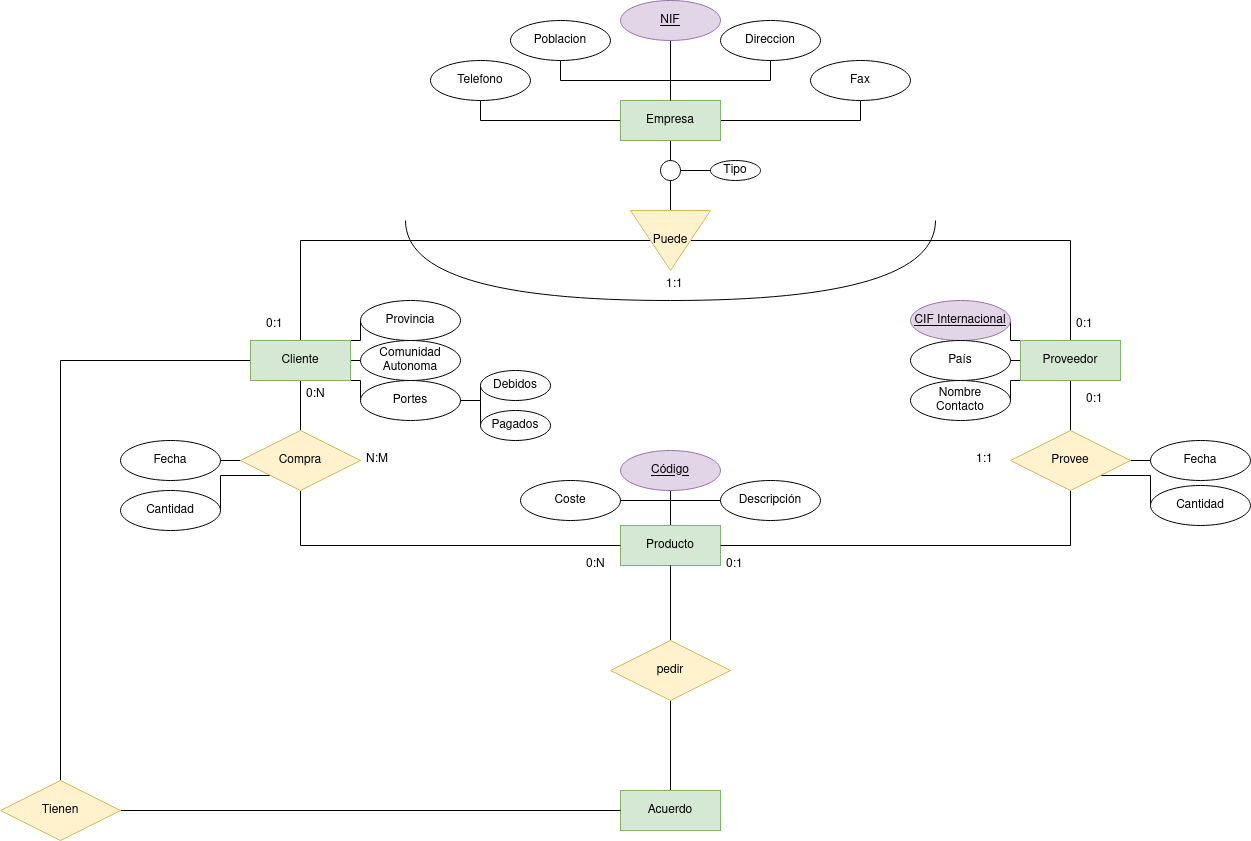
The draw.io diagram Unidad-1/Tareas/Tarea-evaluable4/tarea4.drawio.png in jdrguez/2-Daw, before a commit. Source tidied: cells renumbered, new cells last; positions are measured from the earlier drawing's top-left corner, leaving out a move shared by most shapes.
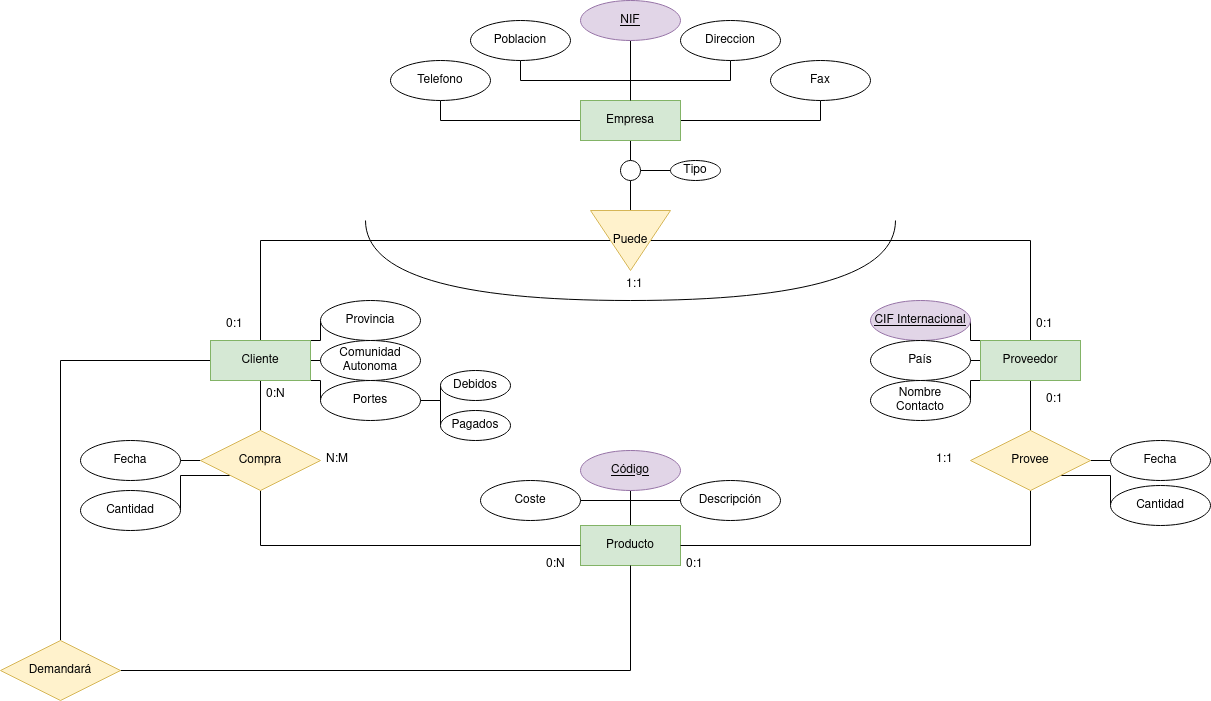
After the commit.

Diff of the diagram source:
```diff
@@ -107,27 +107,15 @@
     <mxCell id="36" value="Provee" style="shape=rhombus;perimeter=rhombusPerimeter;whiteSpace=wrap;html=1;align=center;fillColor=#fff2cc;strokeColor=#d6b656;" parent="1" vertex="1">
       <mxGeometry x="1010" y="430" width="120" height="60" as="geometry" />
     </mxCell>
-    <mxCell id="37" style="edgeStyle=orthogonalEdgeStyle;rounded=0;jettySize=auto;html=1;entryX=0.5;entryY=1;entryDx=0;entryDy=0;endArrow=none;endFill=0;" parent="1" edge="1" source="38" target="43">
-      <mxGeometry relative="1" as="geometry" />
-    </mxCell>
-    <mxCell id="38" value="Acuerdo" style="whiteSpace=wrap;html=1;align=center;fillColor=#d5e8d4;strokeColor=#82b366;" parent="1" vertex="1">
-      <mxGeometry x="620" y="790" width="100" height="40" as="geometry" />
-    </mxCell>
-    <mxCell id="39" style="edgeStyle=orthogonalEdgeStyle;rounded=0;jettySize=auto;html=1;exitX=1;exitY=0.5;exitDx=0;exitDy=0;entryX=0;entryY=0.5;entryDx=0;entryDy=0;endArrow=none;endFill=0;" parent="1" edge="1" source="40" target="38">
-      <mxGeometry relative="1" as="geometry" />
-    </mxCell>
+    <mxCell id="77" style="edgeStyle=orthogonalEdgeStyle;rounded=0;jettySize=auto;html=1;exitX=1;exitY=0.5;exitDx=0;exitDy=0;entryX=0.5;entryY=1;entryDx=0;entryDy=0;endArrow=none;endFill=0;" parent="1" edge="1" source="40" target="28">
+      <mxGeometry relative="1" as="geometry" />
+    </mxCell>
-    <mxCell id="40" value="Tienen" style="shape=rhombus;perimeter=rhombusPerimeter;whiteSpace=wrap;html=1;align=center;fillColor=#fff2cc;strokeColor=#d6b656;" parent="1" vertex="1">
-      <mxGeometry y="780" width="120" height="60" as="geometry" />
+    <mxCell id="40" value="Demandará" style="shape=rhombus;perimeter=rhombusPerimeter;whiteSpace=wrap;html=1;align=center;fillColor=#fff2cc;strokeColor=#d6b656;" parent="1" vertex="1">
+      <mxGeometry x="40" y="640" width="120" height="60" as="geometry" />
     </mxCell>
     <mxCell id="41" style="shape=requiredInterface;html=1;verticalLabelPosition=bottom;sketch=0;direction=south;" parent="1" vertex="1">
       <mxGeometry x="405" y="220" width="530" height="80" as="geometry" />
     </mxCell>
-    <mxCell id="42" style="edgeStyle=orthogonalEdgeStyle;rounded=0;jettySize=auto;html=1;exitX=0.5;exitY=0;exitDx=0;exitDy=0;entryX=0.5;entryY=1;entryDx=0;entryDy=0;endArrow=none;endFill=0;" parent="1" edge="1" source="43" target="28">
-      <mxGeometry relative="1" as="geometry" />
-    </mxCell>
-    <mxCell id="43" value="pedir" style="shape=rhombus;perimeter=rhombusPerimeter;whiteSpace=wrap;html=1;align=center;fillColor=#fff2cc;strokeColor=#d6b656;" parent="1" vertex="1">
-      <mxGeometry x="610" y="640" width="120" height="60" as="geometry" />
-    </mxCell>
     <mxCell id="44" style="edgeStyle=orthogonalEdgeStyle;rounded=0;jettySize=auto;html=1;entryX=0.5;entryY=0;entryDx=0;entryDy=0;endArrow=none;endFill=0;" parent="1" edge="1" source="45" target="7">
       <mxGeometry relative="1" as="geometry" />
     </mxCell>
```
